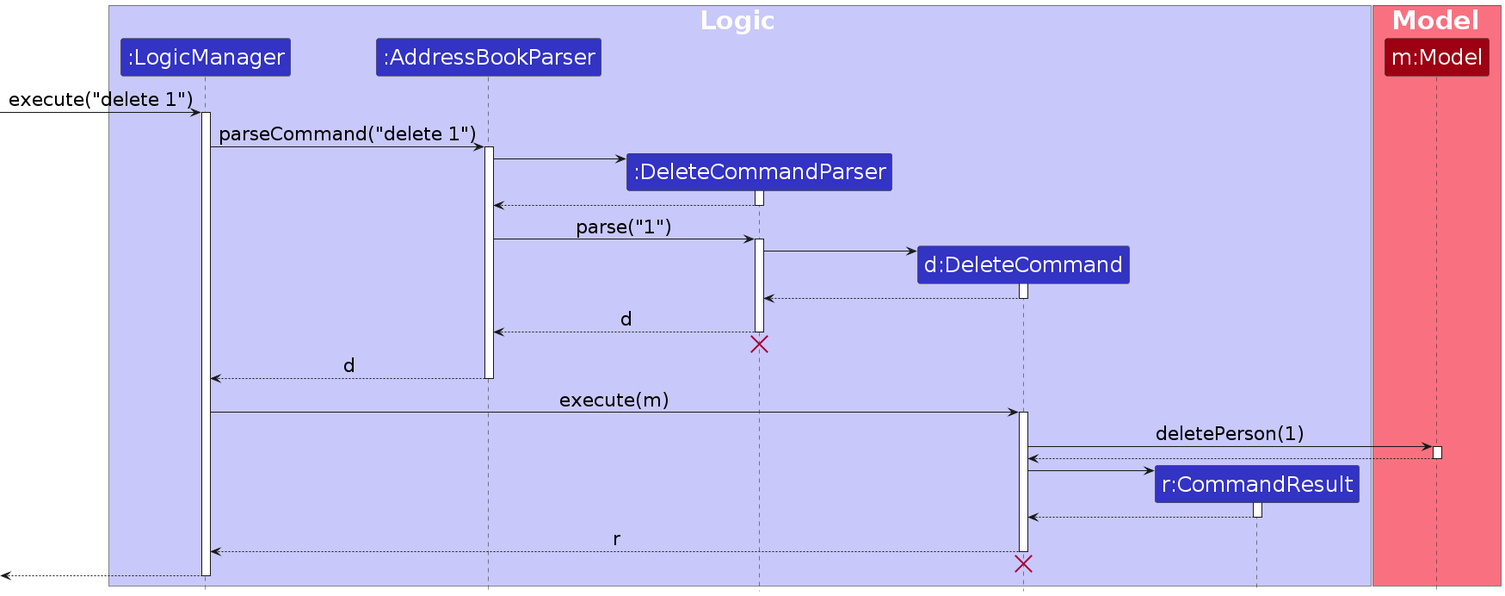
Before: diagrams/DeleteSequenceDiagram.png, a diagram exported from PlantUML (AY2324S2-CS2103T-F12-2/tp). Its source is kept beside it as diagrams/DeleteSequenceDiagram.puml. The source it was exported from:
```plantuml
@startuml
!include style2.puml
skinparam ArrowFontStyle plain

box <size:30>Logic</size> LOGIC_COLOR_T1
participant ":LogicManager" as LogicManager LOGIC_COLOR
participant ":AddressBookParser" as AddressBookParser LOGIC_COLOR
participant ":DeleteCommandParser" as DeleteCommandParser LOGIC_COLOR
participant "d:DeleteCommand" as DeleteCommand LOGIC_COLOR
participant "r:CommandResult" as CommandResult LOGIC_COLOR
end box

box <size:30>Model</size> MODEL_COLOR_T1
participant "m:Model" as Model MODEL_COLOR
end box

[-> LogicManager : <size:22>execute("delete 1")</size>
activate LogicManager

LogicManager -> AddressBookParser : <size:22>parseCommand("delete 1")</size>
activate AddressBookParser

create DeleteCommandParser
AddressBookParser -> DeleteCommandParser
activate DeleteCommandParser

DeleteCommandParser --> AddressBookParser
deactivate DeleteCommandParser

AddressBookParser -> DeleteCommandParser : <size:22>parse("1")</size>
activate DeleteCommandParser

create DeleteCommand
DeleteCommandParser -> DeleteCommand
activate DeleteCommand

DeleteCommand --> DeleteCommandParser
deactivate DeleteCommand

DeleteCommandParser --> AddressBookParser : <size:22>d</size>
deactivate DeleteCommandParser
DeleteCommandParser -[hidden]-> AddressBookParser
destroy DeleteCommandParser

AddressBookParser --> LogicManager : <size:22>d</size>
deactivate AddressBookParser

LogicManager -> DeleteCommand : <size:22>execute(m)</size>
activate DeleteCommand

DeleteCommand -> Model : <size:22>deletePerson(1)</size>
activate Model

Model --> DeleteCommand
deactivate Model

create CommandResult
DeleteCommand -> CommandResult
activate CommandResult

CommandResult --> DeleteCommand
deactivate CommandResult

DeleteCommand --> LogicManager : <size:22>r</size>
deactivate DeleteCommand
DeleteCommand -[hidden]-> DeleteCommandParser
destroy DeleteCommand

[<--LogicManager
deactivate LogicManager
@enduml
```
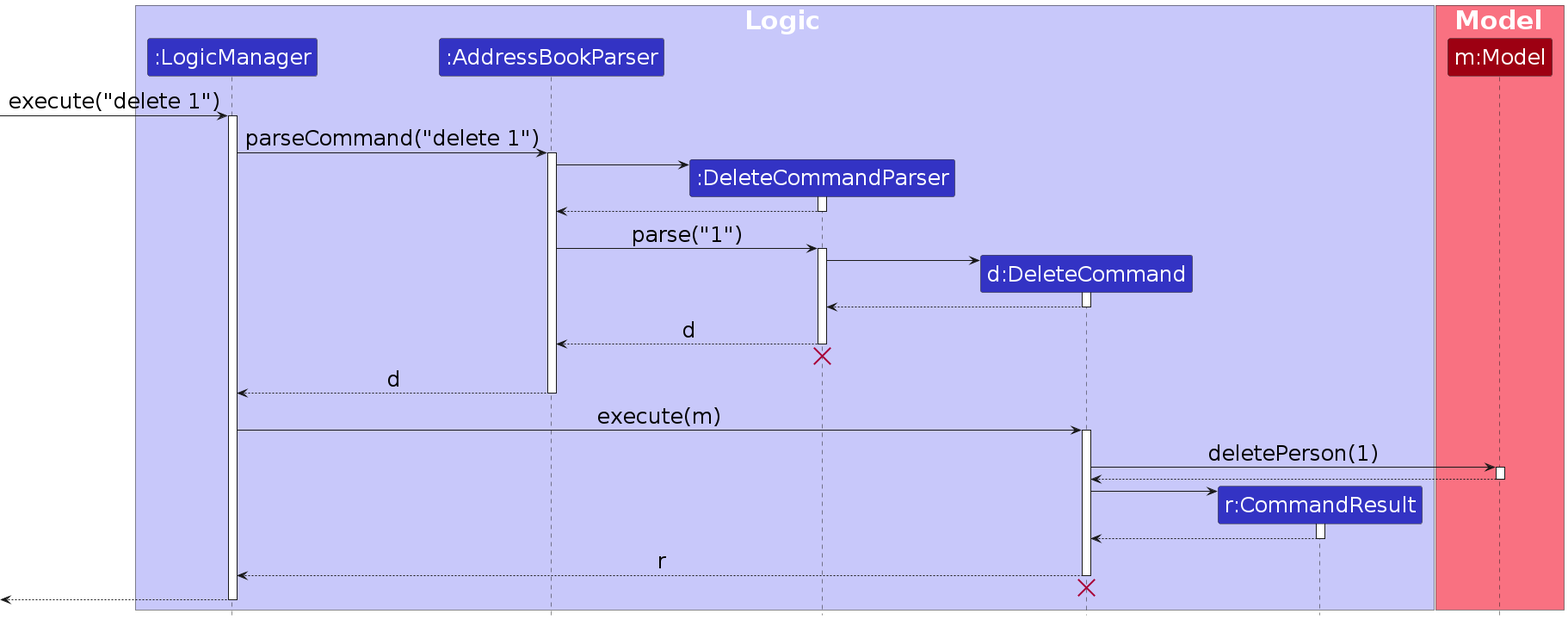
After the change.

Diff of the diagram source:
```diff
@@ -14,10 +14,10 @@
 participant "m:Model" as Model MODEL_COLOR
 end box
 
-[-> LogicManager : <size:22>execute("delete 1")</size>
+[-> LogicManager : <size:25>execute("delete 1")</size>
 activate LogicManager
 
-LogicManager -> AddressBookParser : <size:22>parseCommand("delete 1")</size>
+LogicManager -> AddressBookParser : <size:25>parseCommand("delete 1")</size>
 activate AddressBookParser
 
 create DeleteCommandParser
@@ -27,7 +27,7 @@
 DeleteCommandParser --> AddressBookParser
 deactivate DeleteCommandParser
 
-AddressBookParser -> DeleteCommandParser : <size:22>parse("1")</size>
+AddressBookParser -> DeleteCommandParser : <size:25>parse("1")</size>
 activate DeleteCommandParser
 
 create DeleteCommand
@@ -37,18 +37,18 @@
 DeleteCommand --> DeleteCommandParser
 deactivate DeleteCommand
 
-DeleteCommandParser --> AddressBookParser : <size:22>d</size>
+DeleteCommandParser --> AddressBookParser : <size:25>d</size>
 deactivate DeleteCommandParser
 DeleteCommandParser -[hidden]-> AddressBookParser
 destroy DeleteCommandParser
 
-AddressBookParser --> LogicManager : <size:22>d</size>
+AddressBookParser --> LogicManager : <size:25>d</size>
 deactivate AddressBookParser
 
-LogicManager -> DeleteCommand : <size:22>execute(m)</size>
+LogicManager -> DeleteCommand : <size:25>execute(m)</size>
 activate DeleteCommand
 
-DeleteCommand -> Model : <size:22>deletePerson(1)</size>
+DeleteCommand -> Model : <size:25>deletePerson(1)</size>
 activate Model
 
 Model --> DeleteCommand
@@ -61,7 +61,7 @@
 CommandResult --> DeleteCommand
 deactivate CommandResult
 
-DeleteCommand --> LogicManager : <size:22>r</size>
+DeleteCommand --> LogicManager : <size:25>r</size>
 deactivate DeleteCommand
 DeleteCommand -[hidden]-> DeleteCommandParser
 destroy DeleteCommand
```
